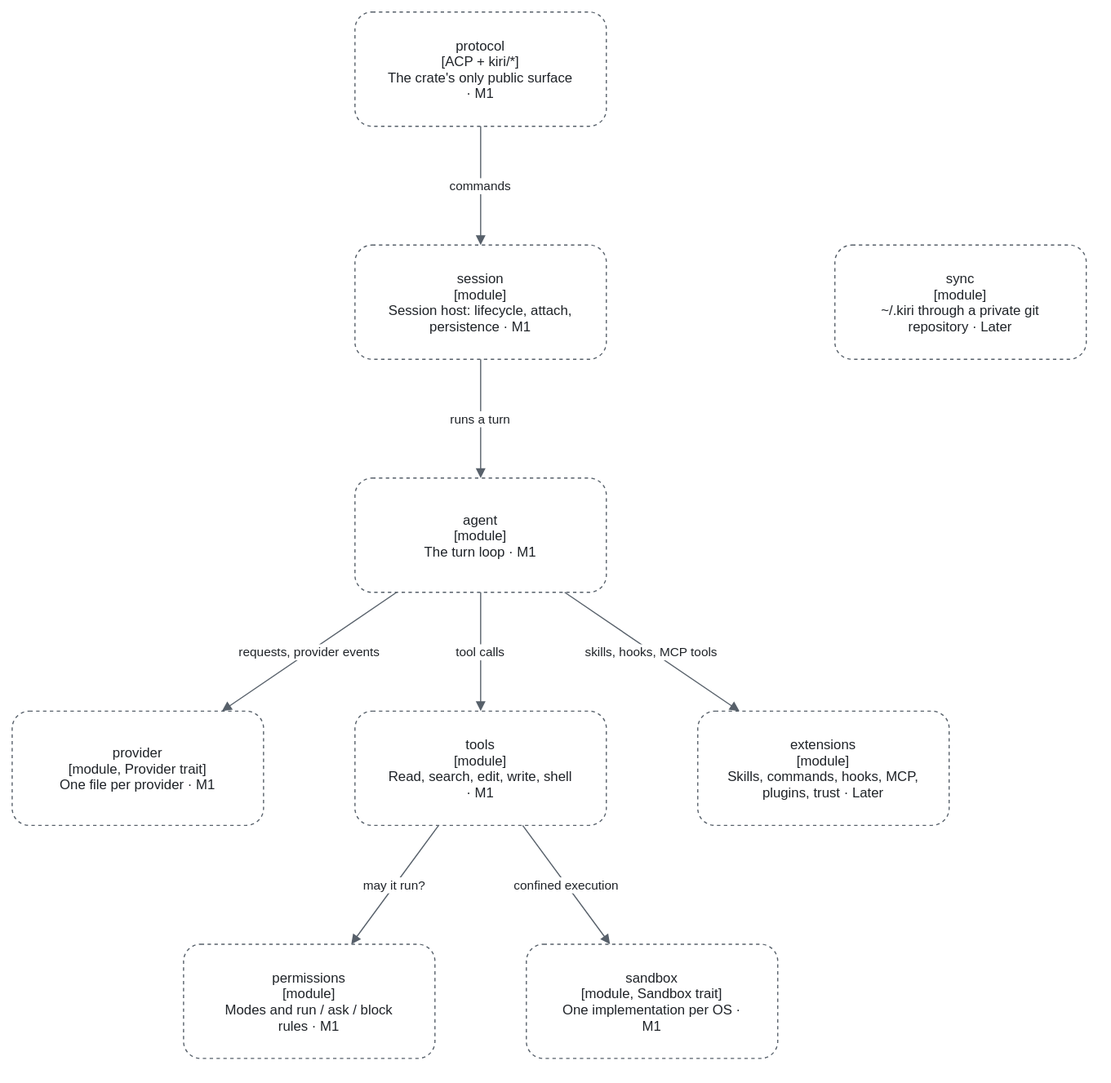
The draw.io diagram docs/architecture/diagrams/components-kiri-core.drawio.svg in TheoOdawara/Kiri, before a commit. Source tidied: cells renumbered, new cells last; positions are measured from the earlier drawing's top-left corner, leaving out a move shared by most shapes.
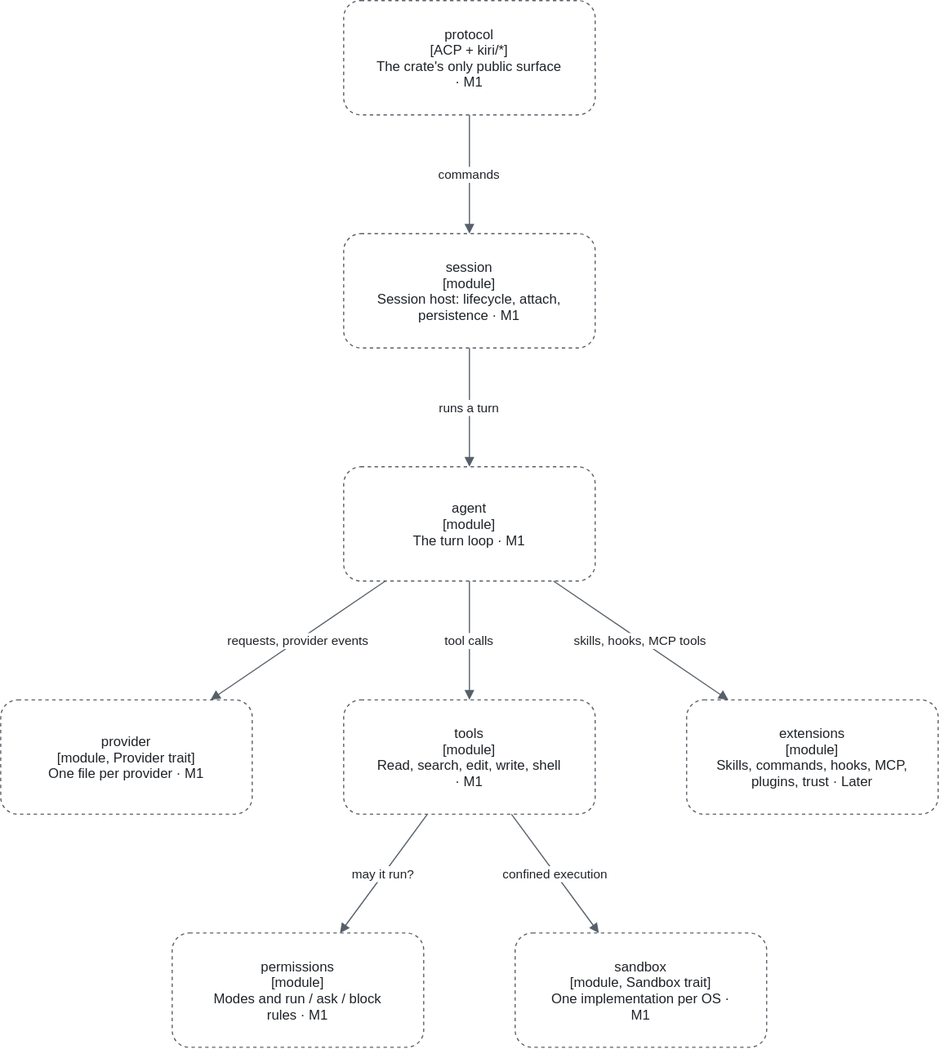
After the change.

Change to the diagram source:
```diff
@@ -26,9 +26,6 @@
     <mxCell id="9" value="sandbox&#10;[module, Sandbox trait]&#10;One implementation per OS ·&#10;M1" style="rounded=1;html=0;dashed=1;fillColor=#FFFFFF;strokeColor=#57606A;fontColor=#1F2328;" parent="1" vertex="1">
       <mxGeometry x="450" y="816" width="220" height="100" as="geometry" />
     </mxCell>
-    <mxCell id="10" value="sync&#10;[module]&#10;~/.kiri through a private git&#10;repository · Later" style="rounded=1;html=0;dashed=1;fillColor=#FFFFFF;strokeColor=#57606A;fontColor=#1F2328;" parent="1" vertex="1">
-      <mxGeometry x="720" y="204" width="220" height="100" as="geometry" />
-    </mxCell>
     <mxCell id="11" value="commands" style="html=0;strokeColor=#57606A;fontColor=#1F2328;labelBackgroundColor=#FFFFFF;endArrow=block;" parent="1" edge="1" source="2" target="3">
       <mxGeometry relative="1" as="geometry" />
     </mxCell>
```
